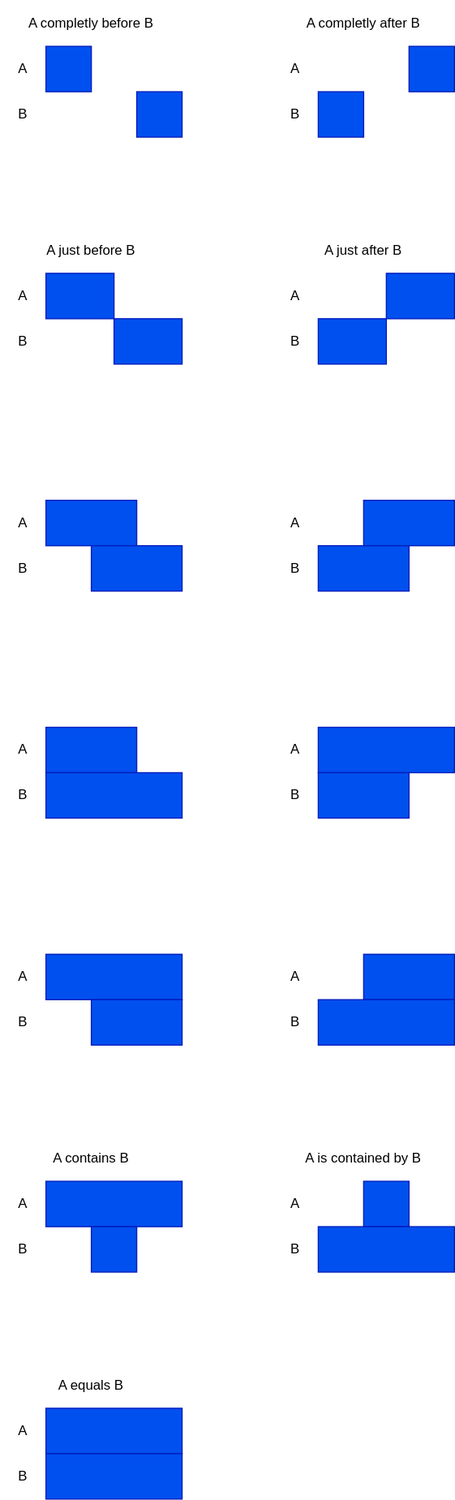
yolisses/time-constraints keeps this draw.io diagram as src/interval/IntervalPositions.drawio.svg. Above is the earlier version. Source tidied: cells renumbered, new cells last; positions are measured from the earlier drawing's top-left corner, leaving out a move shared by most shapes.
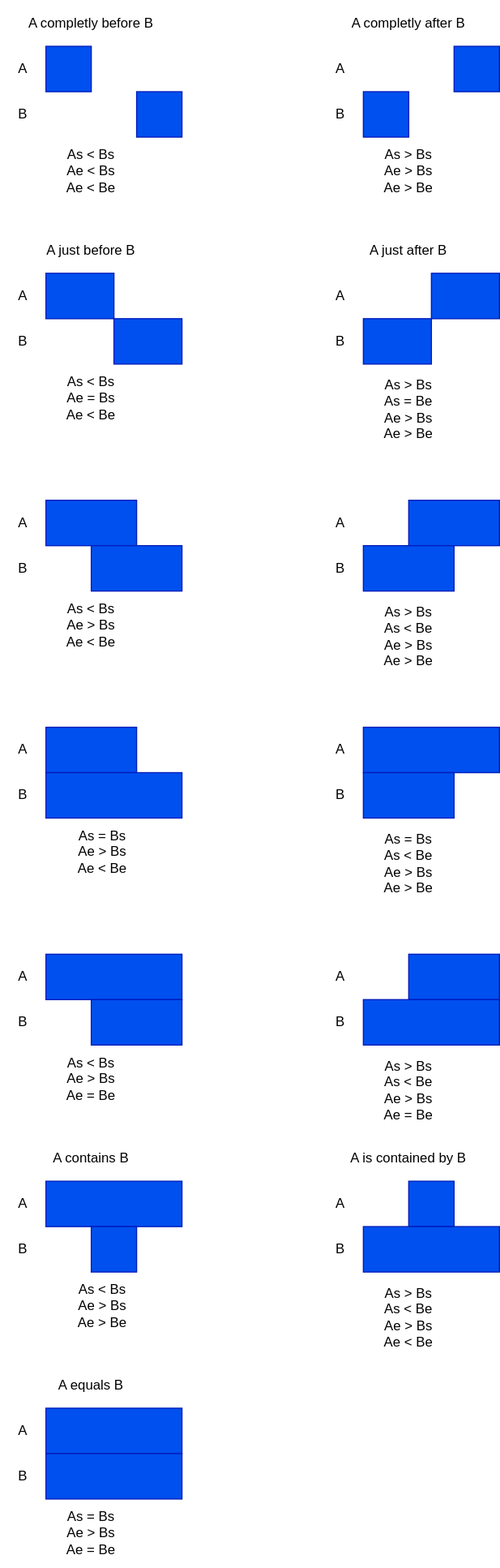
After the change.

Commit message:
Update IntervalPositions drawing

The edit, as a diff of the source:
```diff
@@ -44,40 +44,40 @@
       <mxGeometry x="80" y="1080" width="40" height="40" as="geometry" />
     </mxCell>
     <mxCell id="15" style="rounded=0;whiteSpace=wrap;html=1;fillColor=#0050ef;fontColor=#ffffff;strokeColor=#001DBC;" parent="1" vertex="1">
-      <mxGeometry x="320" y="1040" width="40" height="40" as="geometry" />
+      <mxGeometry x="360" y="1040" width="40" height="40" as="geometry" />
     </mxCell>
     <mxCell id="16" value="A" style="text;html=1;align=center;verticalAlign=middle;whiteSpace=wrap;rounded=0;" parent="1" vertex="1">
-      <mxGeometry x="240" y="1040" width="40" height="40" as="geometry" />
+      <mxGeometry x="280" y="1040" width="40" height="40" as="geometry" />
     </mxCell>
     <mxCell id="17" value="B" style="text;html=1;align=center;verticalAlign=middle;whiteSpace=wrap;rounded=0;" parent="1" vertex="1">
-      <mxGeometry x="240" y="1080" width="40" height="40" as="geometry" />
+      <mxGeometry x="280" y="1080" width="40" height="40" as="geometry" />
     </mxCell>
     <mxCell id="18" style="rounded=0;whiteSpace=wrap;html=1;fillColor=#0050ef;fontColor=#ffffff;strokeColor=#001DBC;" parent="1" vertex="1">
-      <mxGeometry x="280" y="1080" width="120" height="40" as="geometry" />
+      <mxGeometry x="320" y="1080" width="120" height="40" as="geometry" />
     </mxCell>
     <mxCell id="19" style="rounded=0;whiteSpace=wrap;html=1;fillColor=#0050ef;fontColor=#ffffff;strokeColor=#001DBC;" parent="1" vertex="1">
-      <mxGeometry x="320" y="440" width="80" height="40" as="geometry" />
+      <mxGeometry x="360" y="440" width="80" height="40" as="geometry" />
     </mxCell>
     <mxCell id="20" value="A" style="text;html=1;align=center;verticalAlign=middle;whiteSpace=wrap;rounded=0;" parent="1" vertex="1">
-      <mxGeometry x="240" y="440" width="40" height="40" as="geometry" />
+      <mxGeometry x="280" y="440" width="40" height="40" as="geometry" />
     </mxCell>
     <mxCell id="21" value="B" style="text;html=1;align=center;verticalAlign=middle;whiteSpace=wrap;rounded=0;" parent="1" vertex="1">
-      <mxGeometry x="240" y="480" width="40" height="40" as="geometry" />
+      <mxGeometry x="280" y="480" width="40" height="40" as="geometry" />
     </mxCell>
     <mxCell id="22" style="rounded=0;whiteSpace=wrap;html=1;fillColor=#0050ef;fontColor=#ffffff;strokeColor=#001DBC;" parent="1" vertex="1">
-      <mxGeometry x="280" y="480" width="80" height="40" as="geometry" />
+      <mxGeometry x="320" y="480" width="80" height="40" as="geometry" />
     </mxCell>
     <mxCell id="23" style="rounded=0;whiteSpace=wrap;html=1;fillColor=#0050ef;fontColor=#ffffff;strokeColor=#001DBC;" parent="1" vertex="1">
-      <mxGeometry x="360" y="40" width="40" height="40" as="geometry" />
+      <mxGeometry x="400" y="40" width="40" height="40" as="geometry" />
     </mxCell>
     <mxCell id="24" value="A" style="text;html=1;align=center;verticalAlign=middle;whiteSpace=wrap;rounded=0;" parent="1" vertex="1">
-      <mxGeometry x="240" y="40" width="40" height="40" as="geometry" />
+      <mxGeometry x="280" y="40" width="40" height="40" as="geometry" />
     </mxCell>
     <mxCell id="25" value="B" style="text;html=1;align=center;verticalAlign=middle;whiteSpace=wrap;rounded=0;" parent="1" vertex="1">
-      <mxGeometry x="240" y="80" width="40" height="40" as="geometry" />
+      <mxGeometry x="280" y="80" width="40" height="40" as="geometry" />
     </mxCell>
     <mxCell id="26" style="rounded=0;whiteSpace=wrap;html=1;fillColor=#0050ef;fontColor=#ffffff;strokeColor=#001DBC;" parent="1" vertex="1">
-      <mxGeometry x="280" y="80" width="40" height="40" as="geometry" />
+      <mxGeometry x="320" y="80" width="40" height="40" as="geometry" />
     </mxCell>
     <mxCell id="27" style="rounded=0;whiteSpace=wrap;html=1;fillColor=#0050ef;fontColor=#ffffff;strokeColor=#001DBC;" parent="1" vertex="1">
       <mxGeometry x="40" y="1240" width="120" height="40" as="geometry" />
@@ -104,16 +104,16 @@
       <mxGeometry x="100" y="280" width="60" height="40" as="geometry" />
     </mxCell>
     <mxCell id="35" style="rounded=0;whiteSpace=wrap;html=1;fillColor=#0050ef;fontColor=#ffffff;strokeColor=#001DBC;" parent="1" vertex="1">
-      <mxGeometry x="340" y="240" width="60" height="40" as="geometry" />
+      <mxGeometry x="380" y="240" width="60" height="40" as="geometry" />
     </mxCell>
     <mxCell id="36" value="A" style="text;html=1;align=center;verticalAlign=middle;whiteSpace=wrap;rounded=0;" parent="1" vertex="1">
-      <mxGeometry x="240" y="240" width="40" height="40" as="geometry" />
+      <mxGeometry x="280" y="240" width="40" height="40" as="geometry" />
     </mxCell>
     <mxCell id="37" value="B" style="text;html=1;align=center;verticalAlign=middle;whiteSpace=wrap;rounded=0;" parent="1" vertex="1">
-      <mxGeometry x="240" y="280" width="40" height="40" as="geometry" />
+      <mxGeometry x="280" y="280" width="40" height="40" as="geometry" />
     </mxCell>
     <mxCell id="38" style="rounded=0;whiteSpace=wrap;html=1;fillColor=#0050ef;fontColor=#ffffff;strokeColor=#001DBC;" parent="1" vertex="1">
-      <mxGeometry x="280" y="280" width="60" height="40" as="geometry" />
+      <mxGeometry x="320" y="280" width="60" height="40" as="geometry" />
     </mxCell>
     <mxCell id="39" style="rounded=0;whiteSpace=wrap;html=1;fillColor=#0050ef;fontColor=#ffffff;strokeColor=#001DBC;" parent="1" vertex="1">
       <mxGeometry x="40" y="640" width="80" height="40" as="geometry" />
@@ -128,16 +128,16 @@
       <mxGeometry x="40" y="680" width="120" height="40" as="geometry" />
     </mxCell>
     <mxCell id="43" style="rounded=0;whiteSpace=wrap;html=1;fillColor=#0050ef;fontColor=#ffffff;strokeColor=#001DBC;" parent="1" vertex="1">
-      <mxGeometry x="280" y="640" width="120" height="40" as="geometry" />
+      <mxGeometry x="320" y="640" width="120" height="40" as="geometry" />
     </mxCell>
     <mxCell id="44" value="A" style="text;html=1;align=center;verticalAlign=middle;whiteSpace=wrap;rounded=0;" parent="1" vertex="1">
-      <mxGeometry x="240" y="640" width="40" height="40" as="geometry" />
+      <mxGeometry x="280" y="640" width="40" height="40" as="geometry" />
     </mxCell>
     <mxCell id="45" value="B" style="text;html=1;align=center;verticalAlign=middle;whiteSpace=wrap;rounded=0;" parent="1" vertex="1">
-      <mxGeometry x="240" y="680" width="40" height="40" as="geometry" />
+      <mxGeometry x="280" y="680" width="40" height="40" as="geometry" />
     </mxCell>
     <mxCell id="46" style="rounded=0;whiteSpace=wrap;html=1;fillColor=#0050ef;fontColor=#ffffff;strokeColor=#001DBC;" parent="1" vertex="1">
-      <mxGeometry x="280" y="680" width="80" height="40" as="geometry" />
+      <mxGeometry x="320" y="680" width="80" height="40" as="geometry" />
     </mxCell>
     <mxCell id="47" style="rounded=0;whiteSpace=wrap;html=1;fillColor=#0050ef;fontColor=#ffffff;strokeColor=#001DBC;" parent="1" vertex="1">
       <mxGeometry x="40" y="840" width="120" height="40" as="geometry" />
@@ -152,28 +152,28 @@
       <mxGeometry x="80" y="880" width="80" height="40" as="geometry" />
     </mxCell>
     <mxCell id="51" style="rounded=0;whiteSpace=wrap;html=1;fillColor=#0050ef;fontColor=#ffffff;strokeColor=#001DBC;" parent="1" vertex="1">
-      <mxGeometry x="320" y="840" width="80" height="40" as="geometry" />
+      <mxGeometry x="360" y="840" width="80" height="40" as="geometry" />
     </mxCell>
     <mxCell id="52" value="A" style="text;html=1;align=center;verticalAlign=middle;whiteSpace=wrap;rounded=0;" parent="1" vertex="1">
-      <mxGeometry x="240" y="840" width="40" height="40" as="geometry" />
+      <mxGeometry x="280" y="840" width="40" height="40" as="geometry" />
     </mxCell>
     <mxCell id="53" value="B" style="text;html=1;align=center;verticalAlign=middle;whiteSpace=wrap;rounded=0;" parent="1" vertex="1">
-      <mxGeometry x="240" y="880" width="40" height="40" as="geometry" />
+      <mxGeometry x="280" y="880" width="40" height="40" as="geometry" />
     </mxCell>
     <mxCell id="54" style="rounded=0;whiteSpace=wrap;html=1;fillColor=#0050ef;fontColor=#ffffff;strokeColor=#001DBC;" parent="1" vertex="1">
-      <mxGeometry x="280" y="880" width="120" height="40" as="geometry" />
+      <mxGeometry x="320" y="880" width="120" height="40" as="geometry" />
     </mxCell>
     <mxCell id="55" value="A completly before B" style="text;strokeColor=none;align=center;fillColor=none;html=1;verticalAlign=middle;whiteSpace=wrap;rounded=0;" parent="1" vertex="1">
       <mxGeometry width="160" height="40" as="geometry" />
     </mxCell>
     <mxCell id="56" value="A completly after B" style="text;strokeColor=none;align=center;fillColor=none;html=1;verticalAlign=middle;whiteSpace=wrap;rounded=0;" parent="1" vertex="1">
-      <mxGeometry x="240" width="160" height="40" as="geometry" />
+      <mxGeometry x="280" width="160" height="40" as="geometry" />
     </mxCell>
     <mxCell id="57" value="A just before B" style="text;strokeColor=none;align=center;fillColor=none;html=1;verticalAlign=middle;whiteSpace=wrap;rounded=0;" parent="1" vertex="1">
       <mxGeometry y="200" width="160" height="40" as="geometry" />
     </mxCell>
     <mxCell id="58" value="A just after B" style="text;strokeColor=none;align=center;fillColor=none;html=1;verticalAlign=middle;whiteSpace=wrap;rounded=0;" parent="1" vertex="1">
-      <mxGeometry x="240" y="200" width="160" height="40" as="geometry" />
+      <mxGeometry x="280" y="200" width="160" height="40" as="geometry" />
     </mxCell>
     <mxCell id="59" value="A equals B" style="text;strokeColor=none;align=center;fillColor=none;html=1;verticalAlign=middle;whiteSpace=wrap;rounded=0;" parent="1" vertex="1">
       <mxGeometry y="1200" width="160" height="40" as="geometry" />
@@ -182,7 +182,46 @@
       <mxGeometry y="1000" width="160" height="40" as="geometry" />
     </mxCell>
     <mxCell id="61" value="A is contained by B" style="text;strokeColor=none;align=center;fillColor=none;html=1;verticalAlign=middle;whiteSpace=wrap;rounded=0;" parent="1" vertex="1">
-      <mxGeometry x="240" y="1000" width="160" height="40" as="geometry" />
+      <mxGeometry x="280" y="1000" width="160" height="40" as="geometry" />
     </mxCell>
+    <mxCell id="62" value="As &amp;lt; Bs&lt;br&gt;Ae &amp;lt; Bs&lt;br&gt;Ae &amp;lt; Be" style="text;strokeColor=none;align=center;fillColor=none;html=1;verticalAlign=middle;whiteSpace=wrap;rounded=0;" parent="1" vertex="1">
+      <mxGeometry y="120" width="160" height="60" as="geometry" />
+    </mxCell>
+    <mxCell id="63" value="As &amp;lt; Bs&lt;br&gt;Ae = Bs&lt;br&gt;Ae &amp;lt; Be" style="text;strokeColor=none;align=center;fillColor=none;html=1;verticalAlign=middle;whiteSpace=wrap;rounded=0;" parent="1" vertex="1">
+      <mxGeometry y="320" width="160" height="60" as="geometry" />
+    </mxCell>
+    <mxCell id="64" value="As &amp;lt; Bs&lt;br&gt;Ae &amp;gt; Bs&lt;br&gt;Ae &amp;lt; Be" style="text;strokeColor=none;align=center;fillColor=none;html=1;verticalAlign=middle;whiteSpace=wrap;rounded=0;" parent="1" vertex="1">
+      <mxGeometry y="520" width="160" height="60" as="geometry" />
+    </mxCell>
+    <mxCell id="65" value="As = Bs&lt;br&gt;Ae &amp;gt; Bs&lt;br&gt;Ae &amp;lt; Be" style="text;strokeColor=none;align=center;fillColor=none;html=1;verticalAlign=middle;whiteSpace=wrap;rounded=0;" parent="1" vertex="1">
+      <mxGeometry x="10" y="720" width="160" height="60" as="geometry" />
+    </mxCell>
+    <mxCell id="66" value="As &amp;lt; Bs&lt;br&gt;Ae &amp;gt; Bs&lt;br&gt;Ae = Be" style="text;strokeColor=none;align=center;fillColor=none;html=1;verticalAlign=middle;whiteSpace=wrap;rounded=0;" parent="1" vertex="1">
+      <mxGeometry y="920" width="160" height="60" as="geometry" />
+    </mxCell>
+    <mxCell id="67" value="As &amp;lt; Bs&lt;br&gt;Ae &amp;gt; Bs&lt;br&gt;Ae &amp;gt; Be" style="text;strokeColor=none;align=center;fillColor=none;html=1;verticalAlign=middle;whiteSpace=wrap;rounded=0;" parent="1" vertex="1">
+      <mxGeometry x="10" y="1120" width="160" height="60" as="geometry" />
+    </mxCell>
+    <mxCell id="68" value="As = Bs&lt;br&gt;Ae &amp;gt; Bs&lt;br&gt;Ae = Be" style="text;strokeColor=none;align=center;fillColor=none;html=1;verticalAlign=middle;whiteSpace=wrap;rounded=0;" parent="1" vertex="1">
+      <mxGeometry y="1320" width="160" height="60" as="geometry" />
+    </mxCell>
+    <mxCell id="69" value="As &amp;gt; Bs&lt;br&gt;Ae &amp;gt; Bs&lt;br&gt;Ae &amp;gt; Be" style="text;strokeColor=none;align=center;fillColor=none;html=1;verticalAlign=middle;whiteSpace=wrap;rounded=0;" parent="1" vertex="1">
+      <mxGeometry x="280" y="120" width="160" height="60" as="geometry" />
+    </mxCell>
+    <mxCell id="70" value="As &amp;gt; Bs&lt;br&gt;As = Be&lt;br&gt;Ae &amp;gt; Bs&lt;br&gt;Ae &amp;gt; Be" style="text;strokeColor=none;align=center;fillColor=none;html=1;verticalAlign=middle;whiteSpace=wrap;rounded=0;" parent="1" vertex="1">
+      <mxGeometry x="280" y="320" width="160" height="80" as="geometry" />
+    </mxCell>
+    <mxCell id="71" value="As &amp;gt; Bs&lt;br&gt;As &amp;lt; Be&lt;br&gt;Ae &amp;gt; Bs&lt;br&gt;Ae &amp;gt; Be" style="text;strokeColor=none;align=center;fillColor=none;html=1;verticalAlign=middle;whiteSpace=wrap;rounded=0;" parent="1" vertex="1">
+      <mxGeometry x="280" y="520" width="160" height="80" as="geometry" />
+    </mxCell>
+    <mxCell id="72" value="As = Bs&lt;br&gt;As &amp;lt; Be&lt;br&gt;Ae &amp;gt; Bs&lt;br&gt;Ae &amp;gt; Be" style="text;strokeColor=none;align=center;fillColor=none;html=1;verticalAlign=middle;whiteSpace=wrap;rounded=0;" parent="1" vertex="1">
+      <mxGeometry x="280" y="720" width="160" height="80" as="geometry" />
+    </mxCell>
+    <mxCell id="73" value="As &amp;gt; Bs&lt;br&gt;As &amp;lt; Be&lt;br&gt;Ae &amp;gt; Bs&lt;br&gt;Ae = Be" style="text;strokeColor=none;align=center;fillColor=none;html=1;verticalAlign=middle;whiteSpace=wrap;rounded=0;" parent="1" vertex="1">
+      <mxGeometry x="280" y="920" width="160" height="80" as="geometry" />
+    </mxCell>
+    <mxCell id="74" value="As &amp;gt; Bs&lt;br&gt;As &amp;lt; Be&lt;br&gt;Ae &amp;gt; Bs&lt;br&gt;Ae &amp;lt; Be" style="text;strokeColor=none;align=center;fillColor=none;html=1;verticalAlign=middle;whiteSpace=wrap;rounded=0;" parent="1" vertex="1">
+      <mxGeometry x="280" y="1120" width="160" height="80" as="geometry" />
+    </mxCell>
   </root>
 </mxGraphModel>
```
